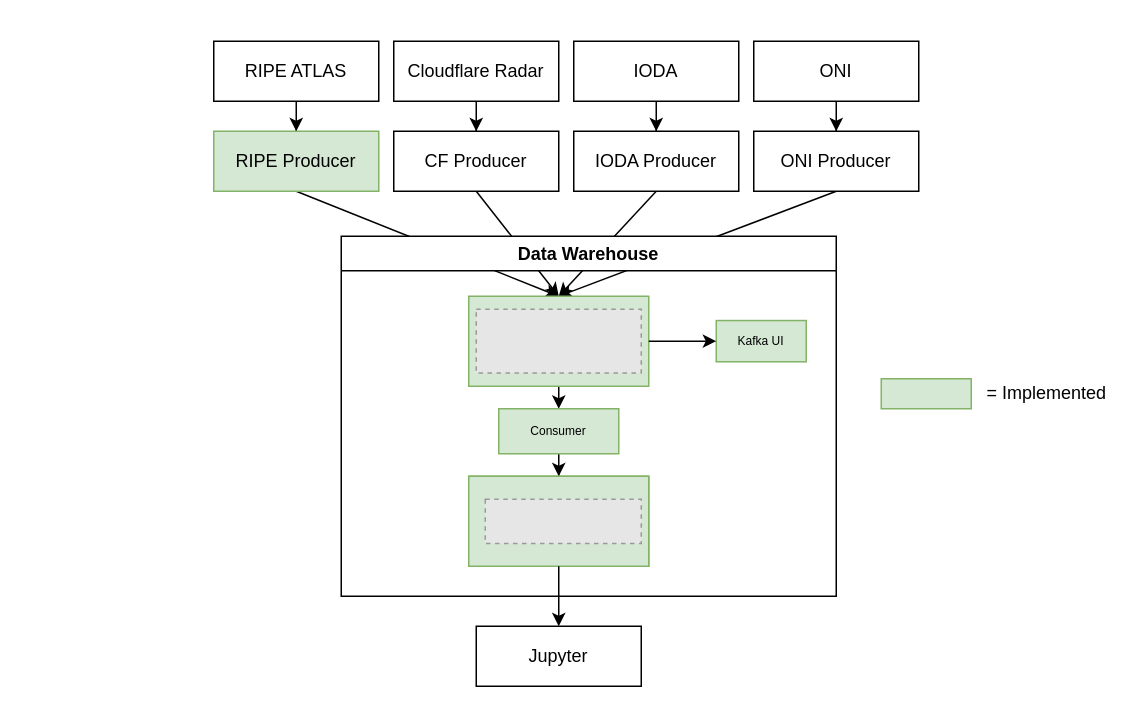
Earlier version of the draw.io diagram hugo-docs/restricted/notes/harvesting-architecture.drawio (diic-starlink/performance-insights-into-starlink). Source tidied: cells renumbered, new cells numbered last; positions are measured from the earlier drawing's top-left corner, leaving out a move shared by most shapes. Both pictures are drawn from the tidied source at 150%, with x=0, y=0 at pixel (213, 40). Pictures stored in the file or linked from it are replaced by grey dashed boxes.
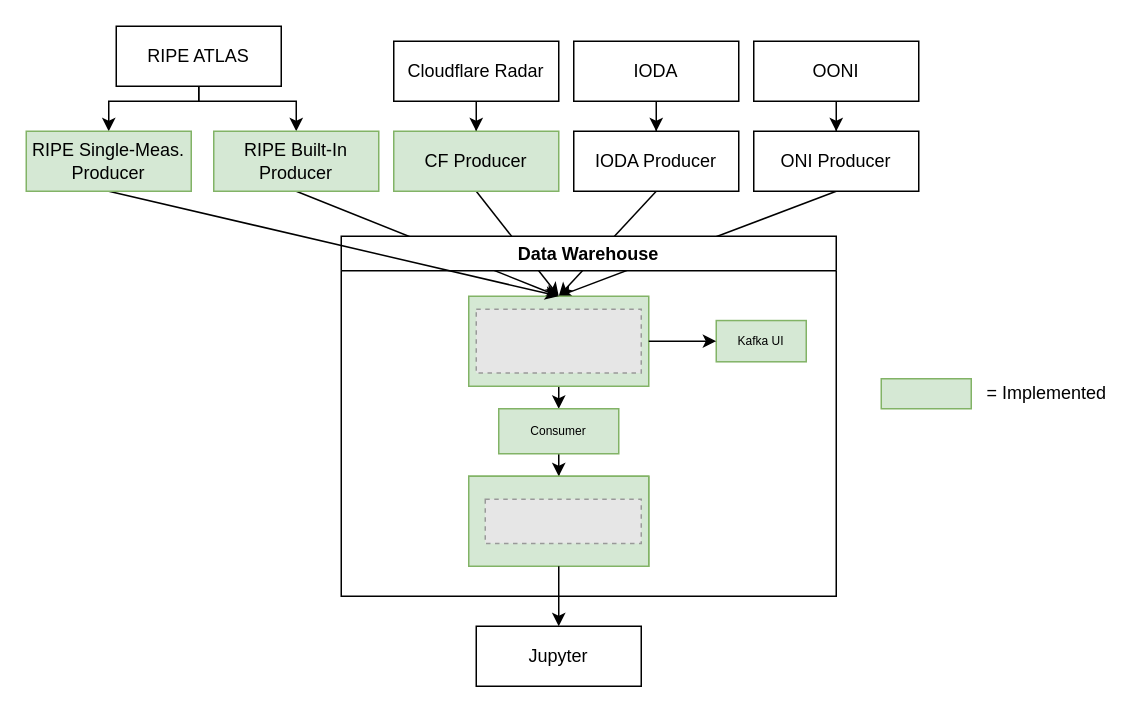
After the change.

Commit message (it also covers changes not shown here):
Added data for analysis platform

The change refers to these unchanged cells:
```xml
<mxCell id="17" value="ONI Producer" style="rounded=0;whiteSpace=wrap;html=1;" parent="1" vertex="1">
  <mxGeometry x="360" y="60" width="110" height="40" as="geometry" />
</mxCell>
<mxCell id="20" style="rounded=0;whiteSpace=wrap;html=1;fillColor=#d5e8d4;strokeColor=#82b366;" parent="18" vertex="1">
  <mxGeometry x="85" y="40" width="120" height="60" as="geometry" />
</mxCell>
```

What changed in the source:
```diff
@@
-<mxGraphModel>
+<mxGraphModel background="#ffffff">
@@
-    <mxCell id="2" style="edgeStyle=orthogonalEdgeStyle;rounded=0;jettySize=auto;html=1;" parent="1" edge="1" source="3" target="11">
-      <mxGeometry relative="1" as="geometry" />
-    </mxCell>
+    <mxCell id="33" style="edgeStyle=orthogonalEdgeStyle;rounded=0;jettySize=auto;html=1;" parent="1" edge="1" source="3" target="38">
+      <mxGeometry relative="1" as="geometry">
+        <Array as="points">
+          <mxPoint x="-10" y="40" />
+          <mxPoint x="55" y="40" />
+        </Array>
+      </mxGeometry>
+    </mxCell>
+    <mxCell id="34" style="edgeStyle=orthogonalEdgeStyle;rounded=0;jettySize=auto;html=1;exitX=0.5;exitY=1;exitDx=0;exitDy=0;entryX=0.5;entryY=0;entryDx=0;entryDy=0;" parent="1" edge="1" source="3" target="40">
+      <mxGeometry relative="1" as="geometry">
+        <Array as="points">
+          <mxPoint x="-10" y="40" />
+          <mxPoint x="-70" y="40" />
+        </Array>
+      </mxGeometry>
+    </mxCell>
     <mxCell id="3" value="RIPE ATLAS" style="rounded=0;whiteSpace=wrap;html=1;" parent="1" vertex="1">
-      <mxGeometry width="110" height="40" as="geometry" />
+      <mxGeometry x="-65" y="-10" width="110" height="40" as="geometry" />
     </mxCell>
@@
-    <mxCell id="8" style="edgeStyle=orthogonalEdgeStyle;rounded=0;jettySize=auto;html=1;" parent="1" edge="1" source="9" target="17">
-      <mxGeometry relative="1" as="geometry" />
-    </mxCell>
-    <mxCell id="9" value="ONI" style="rounded=0;whiteSpace=wrap;html=1;" parent="1" vertex="1">
-      <mxGeometry x="360" width="110" height="40" as="geometry" />
-    </mxCell>
-    <mxCell id="10" style="rounded=0;jettySize=auto;html=1;exitX=0.5;exitY=1;exitDx=0;exitDy=0;entryX=0.5;entryY=0;entryDx=0;entryDy=0;" parent="1" edge="1" source="11" target="20">
-      <mxGeometry relative="1" as="geometry" />
-    </mxCell>
-    <mxCell id="11" value="RIPE Producer" style="rounded=0;whiteSpace=wrap;html=1;fillColor=#d5e8d4;strokeColor=#82b366;" parent="1" vertex="1">
-      <mxGeometry y="60" width="110" height="40" as="geometry" />
-    </mxCell>
+    <mxCell id="35" style="edgeStyle=orthogonalEdgeStyle;rounded=0;jettySize=auto;html=1;" parent="1" edge="1" source="36" target="17">
+      <mxGeometry relative="1" as="geometry" />
+    </mxCell>
+    <mxCell id="36" value="OONI" style="rounded=0;whiteSpace=wrap;html=1;" parent="1" vertex="1">
+      <mxGeometry x="360" width="110" height="40" as="geometry" />
+    </mxCell>
+    <mxCell id="37" style="rounded=0;jettySize=auto;html=1;exitX=0.5;exitY=1;exitDx=0;exitDy=0;entryX=0.5;entryY=0;entryDx=0;entryDy=0;" parent="1" edge="1" source="38" target="20">
+      <mxGeometry relative="1" as="geometry" />
+    </mxCell>
+    <mxCell id="38" value="RIPE Built-In&lt;div&gt;Producer&lt;/div&gt;" style="rounded=0;whiteSpace=wrap;html=1;fillColor=#d5e8d4;strokeColor=#82b366;" parent="1" vertex="1">
+      <mxGeometry y="60" width="110" height="40" as="geometry" />
+    </mxCell>
@@
-    <mxCell id="13" value="CF Producer" style="rounded=0;whiteSpace=wrap;html=1;" parent="1" vertex="1">
+    <mxCell id="13" value="CF Producer" style="rounded=0;whiteSpace=wrap;html=1;fillColor=#d5e8d4;strokeColor=#82b366;" parent="1" vertex="1">
       <mxGeometry x="120" y="60" width="110" height="40" as="geometry" />
     </mxCell>
@@
+    <mxCell id="39" style="rounded=0;jettySize=auto;html=1;exitX=0.5;exitY=1;exitDx=0;exitDy=0;entryX=0.5;entryY=0;entryDx=0;entryDy=0;" parent="1" edge="1" source="40" target="20">
+      <mxGeometry relative="1" as="geometry" />
+    </mxCell>
+    <mxCell id="40" value="RIPE Single-Meas.&lt;div&gt;Producer&lt;/div&gt;" style="rounded=0;whiteSpace=wrap;html=1;fillColor=#d5e8d4;strokeColor=#82b366;" parent="1" vertex="1">
+      <mxGeometry x="-125" y="60" width="110" height="40" as="geometry" />
+    </mxCell>
```
